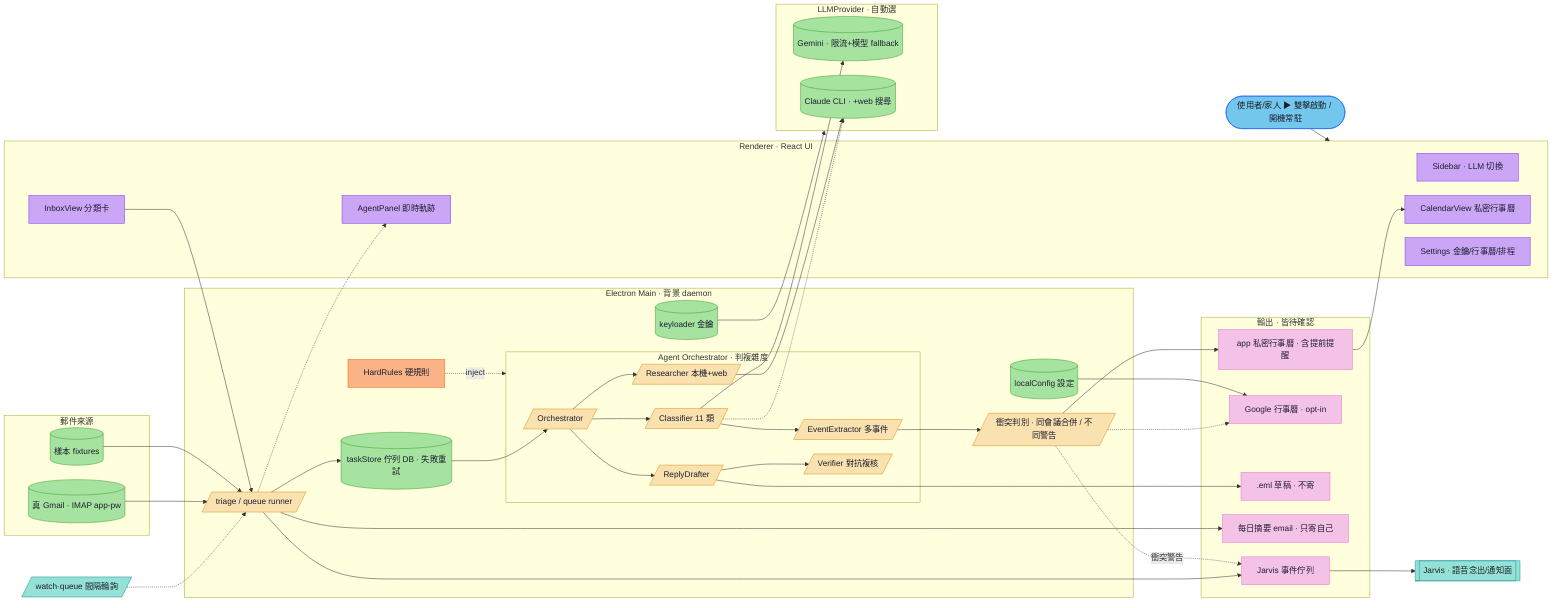
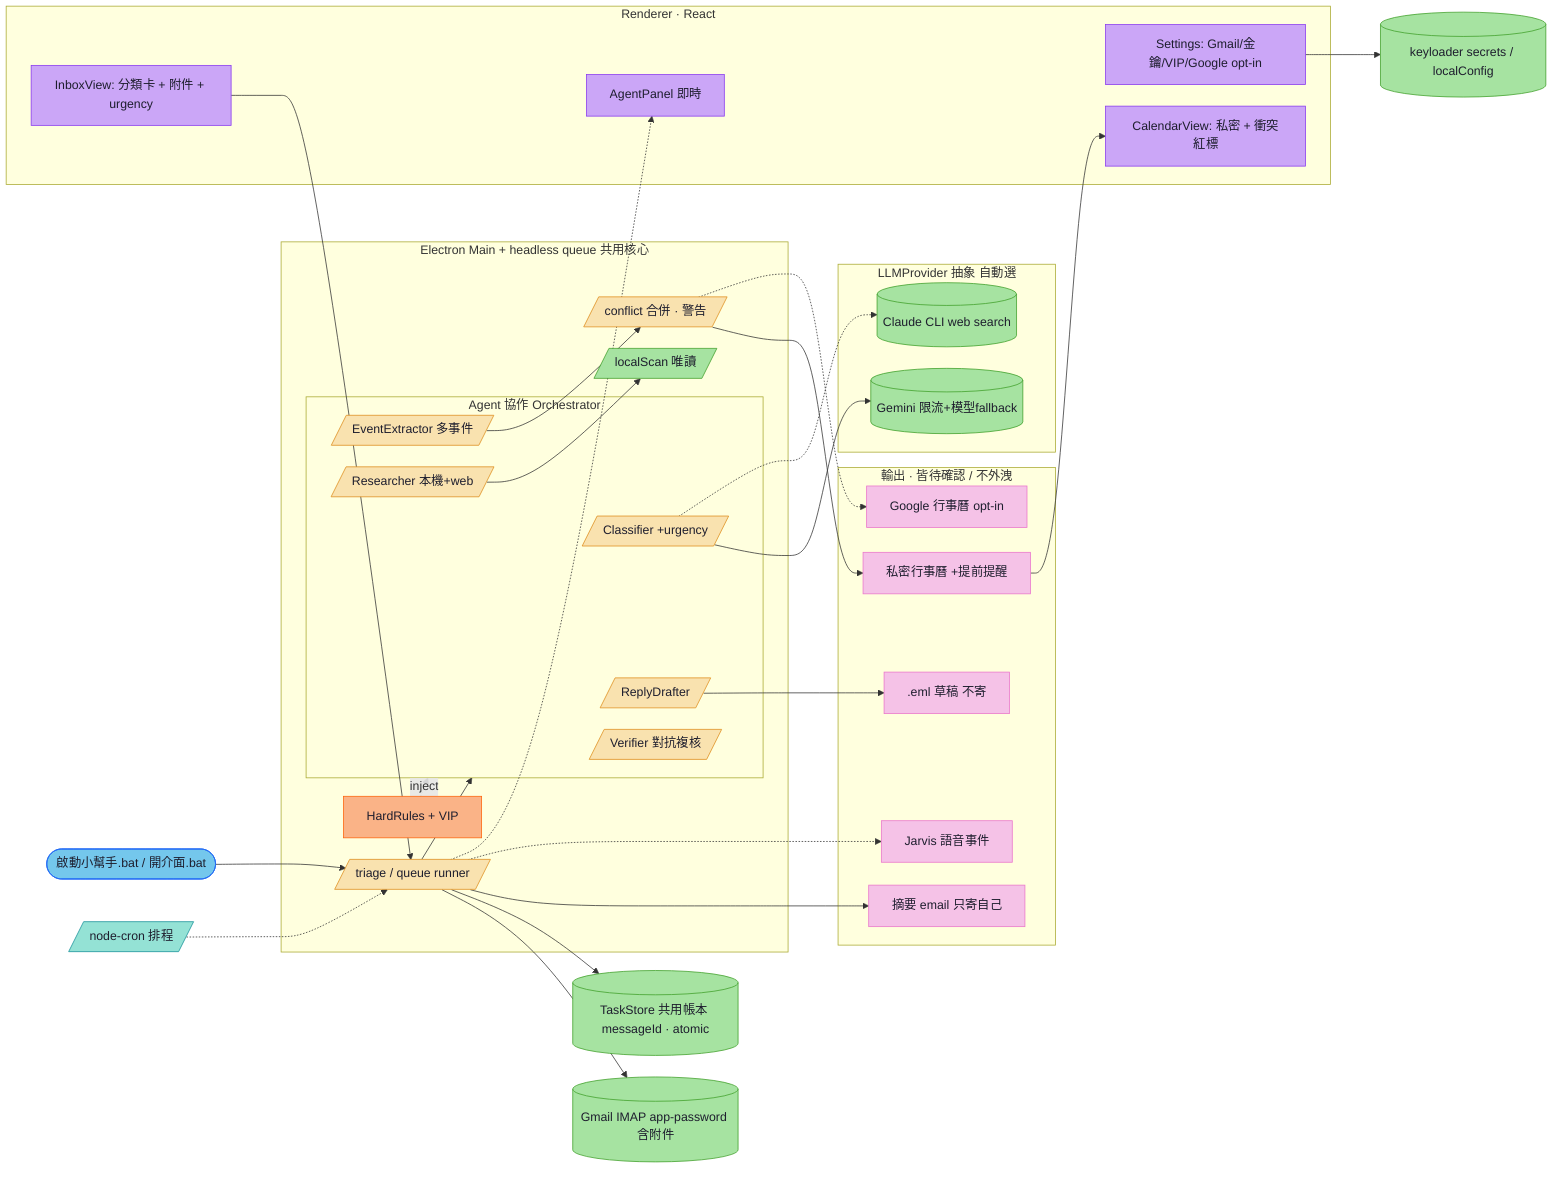
- %%{init: {'flowchart': {'rankSpacing': 68, 'nodeSpacing': 28, 'curve': 'basis'}} }%%
+ %%{init: {'flowchart': {'rankSpacing': 65, 'nodeSpacing': 28, 'curve': 'basis'}} }%%
flowchart LR
  classDef uin fill:#74c7ec,stroke:#1e66f5,color:#1e1e2e;
  classDef ui fill:#cba6f7,stroke:#8839ef,color:#1e1e2e;
  classDef pipe fill:#f9e2af,stroke:#df8e1d,color:#1e1e2e;
  classDef safe fill:#fab387,stroke:#fe640b,color:#1e1e2e;
  classDef model fill:#a6e3a1,stroke:#40a02b,color:#1e1e2e;
  classDef out fill:#f5c2e7,stroke:#ea76cb,color:#1e1e2e;
  classDef worker fill:#94e2d5,stroke:#179299,color:#1e1e2e;

-   U([使用者/家人 ▶ 雙擊啟動 / 開機常駐]):::uin
-   SCH[/watch·queue 間隔輪詢/]:::worker
+   BAT([啟動小幫手.bat / 開介面.bat]):::uin
+   SCH[/node-cron 排程/]:::worker

-   subgraph RENDER[Renderer · React UI]
-     SB[Sidebar · LLM 切換]:::ui
-     INBOX[InboxView 分類卡]:::ui
-     CALV[CalendarView 私密行事曆]:::ui
-     AP[AgentPanel 即時軌跡]:::ui
-     SET[Settings 金鑰/行事曆/排程]:::ui
+   subgraph UI[Renderer · React]
+     SET[Settings: Gmail/金鑰/VIP/Google opt-in]:::ui
+     INBOX[InboxView: 分類卡 + 附件 + urgency]:::ui
+     CALV[CalendarView: 私密 + 衝突紅標]:::ui
+     AP[AgentPanel 即時]:::ui
  end

-   subgraph MAIN[Electron Main · 背景 daemon]
-     TRI[/triage / queue runner/]:::pipe
-     QUEUE[(taskStore 佇列 DB · 失敗重試)]:::model
-     subgraph AG[Agent Orchestrator · 判複雜度]
-       OR[/Orchestrator/]:::pipe
-       CL[/Classifier 11 類/]:::pipe
+   subgraph CORE[Electron Main + headless queue 共用核心]
+     RUN[/triage / queue runner/]:::pipe
+     subgraph AG[Agent 協作 Orchestrator]
+       CL[/Classifier +urgency/]:::pipe
      EV[/EventExtractor 多事件/]:::pipe
      RE[/Researcher 本機+web/]:::pipe
      DR[/ReplyDrafter/]:::pipe
      VF[/Verifier 對抗複核/]:::pipe
    end
-     CONF[/衝突判別 · 同會議合併 / 不同警告/]:::pipe
-     HR[HardRules 硬規則]:::safe
-     KEY[(keyloader 金鑰)]:::model
-     CFG[(localConfig 設定)]:::model
+     HR[HardRules + VIP]:::safe
+     LS[/localScan 唯讀/]:::model
+     CONF[/conflict 合併 · 警告/]:::pipe
  end

-   subgraph LLM[LLMProvider · 自動選]
-     GE[(Gemini · 限流+模型 fallback)]:::model
-     CLD[(Claude CLI · +web 搜尋)]:::model
+   subgraph LLMP[LLMProvider 抽象 自動選]
+     GE[(Gemini 限流+模型fallback)]:::model
+     CLD[(Claude CLI web search)]:::model
  end

-   subgraph SRC[郵件來源]
-     IMAP[(真 Gmail · IMAP app-pw)]:::model
-     SAMP[(樣本 fixtures)]:::model
+   IMAP[(Gmail IMAP app-password 含附件)]:::model
+   TS[(TaskStore 共用帳本 messageId · atomic)]:::model
+   SEC[(keyloader secrets / localConfig)]:::model
+ 
+   subgraph OUTS[輸出 · 皆待確認 / 不外洩]
+     PCAL[私密行事曆 +提前提醒]:::out
+     GCAL[Google 行事曆 opt-in]:::out
+     EML[.eml 草稿 不寄]:::out
+     DIG[摘要 email 只寄自己]:::out
+     JV[Jarvis 語音事件]:::out
  end

-   subgraph OUT[輸出 · 皆待確認]
-     PCAL[app 私密行事曆 · 含提前提醒]:::out
-     GCAL[Google 行事曆 · opt-in]:::out
-     EML[.eml 草稿 · 不寄]:::out
-     DIG[每日摘要 email · 只寄自己]:::out
-     JBR[Jarvis 事件佇列]:::out
-   end
- 
-   JARVIS[[Jarvis · 語音念出/通知面]]:::worker
- 
-   U --> RENDER
-   SCH -.-> TRI
-   INBOX --> TRI
-   IMAP --> TRI
-   SAMP --> TRI
-   TRI --> QUEUE
-   QUEUE --> OR
-   OR --> CL
-   CL --> EV
-   EV --> CONF
-   OR --> RE
-   OR --> DR
-   DR --> VF
+   BAT --> RUN
+   SCH -.-> RUN
+   INBOX --> RUN
+   RUN --> IMAP
+   RUN --> TS
+   RUN --> AG
  CL --> GE
  CL -.-> CLD
-   RE --> CLD
-   HR -. inject .-> AG
+   RE --> LS
+   EV --> CONF
  CONF --> PCAL
  CONF -.-> GCAL
  DR --> EML
-   TRI --> DIG
-   TRI --> JBR
-   CONF -. 衝突警告 .-> JBR
-   JBR --> JARVIS
-   KEY --> LLM
-   CFG --> GCAL
+   RUN --> DIG
+   RUN -.-> JV
+   HR -. inject .-> AG
+   SET --> SEC
  PCAL --> CALV
-   TRI -.-> AP
+   RUN -.-> AP
